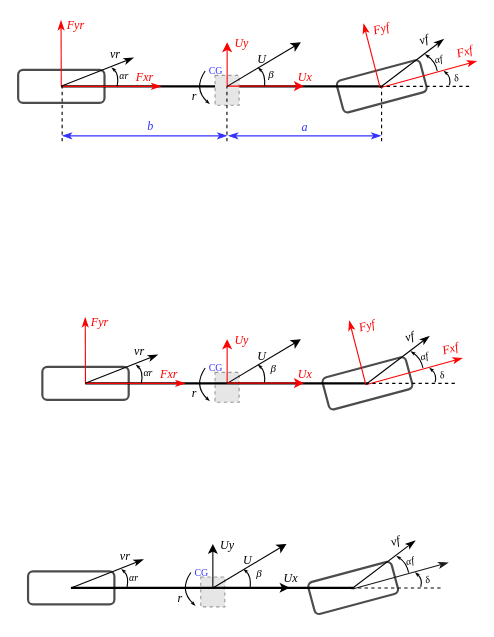
This is page "bicycle model" (3 of 4) of 2022_MPC/Vehicle_Models.drawio from LimingGao/draw_io, a draw.io file, before an edit. Source tidied: cells renumbered, new cells numbered last; positions are measured from the earlier drawing's top-left corner, leaving out a move shared by most shapes. Both pictures are drawn from the tidied source at 110%, with x=0, y=0 at pixel (18, 9). Pictures stored in the file or linked from it are replaced by grey dashed boxes.
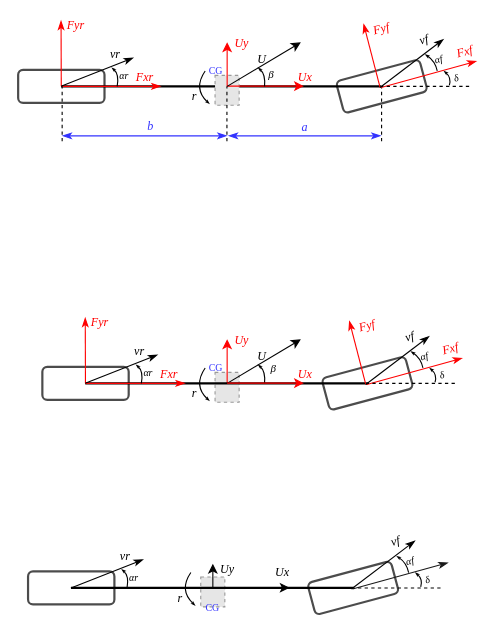
Above is the later version.

Unchanged cells that the change refers to:
```xml
<mxCell id="108" style="endArrow=classic;startArrow=none;startFill=0;strokeColor=#000000;fontStyle=2;fontColor=#000000;" parent="1" edge="1">
  <mxGeometry relative="1" as="geometry">
    <mxPoint x="177" y="525.8" as="sourcePoint" />
    <mxPoint x="246.8" y="525.8" as="targetPoint" />
  </mxGeometry>
</mxCell>
```

Diff of the diagram source:
```diff
@@
     <mxCell id="84" style="endArrow=classic;startArrow=none;startFill=0;strokeColor=#000000;fontStyle=2;fontColor=#000000;" parent="1" edge="1">
       <mxGeometry relative="1" as="geometry">
         <mxPoint x="177" y="526" as="sourcePoint" />
-        <mxPoint x="177" y="486" as="targetPoint" />
+        <mxPoint x="177" y="504" as="targetPoint" />
       </mxGeometry>
     </mxCell>
     <mxCell id="85" value="Uy" style="edgeLabel;align=center;verticalAlign=middle;fontFamily=Times New Roman;fontColor=#000000;fontStyle=2;labelBackgroundColor=none;" parent="84" vertex="1">
       <mxGeometry x="0.65" relative="1" as="geometry">
-        <mxPoint x="13" y="-7" as="offset" />
+        <mxPoint x="13" as="offset" />
       </mxGeometry>
     </mxCell>
-    <mxCell id="86" style="endArrow=classic;startArrow=none;startFill=0;" parent="1" edge="1">
-      <mxGeometry relative="1" as="geometry">
-        <mxPoint x="177" y="526" as="sourcePoint" />
-        <mxPoint x="244" y="486" as="targetPoint" />
-      </mxGeometry>
-    </mxCell>
-    <mxCell id="87" value="Ux" style="edgeLabel;align=center;verticalAlign=middle;fontFamily=Times New Roman;fontColor=#000000;labelBackgroundColor=none;fontStyle=2;" parent="86" vertex="1">
-      <mxGeometry x="0.65" relative="1" as="geometry">
-        <mxPoint x="15.7" y="23.3" as="offset" />
-      </mxGeometry>
-    </mxCell>
@@
-    <mxCell id="102" value="CG" style="text;align=center;verticalAlign=middle;points=[];fillColor=none;strokeColor=none;rounded=0;labelBackgroundColor=none;fontFamily=Times New Roman;fontSize=9;fontColor=#3333FF;" parent="1" vertex="1">
-      <mxGeometry x="152" y="502" width="30" height="20" as="geometry" />
-    </mxCell>
-    <mxCell id="103" style="curved=1;endArrow=classicThin;strokeColor=#000000;fontFamily=Times New Roman;fontColor=#FF0000;endFill=1;endSize=1;" parent="1" edge="1">
-      <mxGeometry relative="1" as="geometry">
-        <mxPoint x="211" y="526" as="sourcePoint" />
-        <mxPoint x="205" y="509" as="targetPoint" />
-        <Array as="points">
-          <mxPoint x="212" y="515" />
-        </Array>
-      </mxGeometry>
-    </mxCell>
-    <mxCell id="104" value="β" style="edgeLabel;align=center;verticalAlign=middle;fontFamily=Times New Roman;fontStyle=2;fontSize=10;labelBackgroundColor=none;" parent="1" vertex="1">
-      <mxGeometry x="219.9" y="514" as="geometry">
-        <mxPoint x="-1" y="-2" as="offset" />
-      </mxGeometry>
-    </mxCell>
-    <mxCell id="105" style="curved=1;endArrow=classicThin;strokeColor=#000000;fontFamily=Times New Roman;fontColor=#FF0000;endFill=1;endSize=1;exitX=0.167;exitY=0.5;exitDx=0;exitDy=0;exitPerimeter=0;" parent="1" edge="1" source="102">
+    <mxCell id="105" style="curved=1;endArrow=classicThin;strokeColor=#000000;fontFamily=Times New Roman;fontColor=#FF0000;endFill=1;endSize=1;exitX=0.167;exitY=0.5;exitDx=0;exitDy=0;exitPerimeter=0;" parent="1" edge="1">
       <mxGeometry relative="1" as="geometry">
+        <mxPoint x="157" y="512" as="sourcePoint" />
         <mxPoint x="161" y="542" as="targetPoint" />
         <Array as="points">
           <mxPoint x="146" y="528" />
         </Array>
       </mxGeometry>
     </mxCell>
@@
-    <mxCell id="109" value="U" style="edgeLabel;align=center;verticalAlign=middle;fontFamily=Times New Roman;fontStyle=2;labelBackgroundColor=none;" parent="108" vertex="1">
-      <mxGeometry x="0.65" relative="1" as="geometry">
-        <mxPoint x="-26.7" y="-25.8" as="offset" />
-      </mxGeometry>
-    </mxCell>
+    <mxCell id="102" value="CG" style="text;align=center;verticalAlign=middle;points=[];fillColor=none;strokeColor=none;rounded=0;labelBackgroundColor=none;fontFamily=Times New Roman;fontSize=9;fontColor=#3333FF;" parent="1" vertex="1">
+      <mxGeometry x="162" y="534" width="30" height="20" as="geometry" />
+    </mxCell>
+    <mxCell id="87" value="Ux" style="edgeLabel;align=center;verticalAlign=middle;fontFamily=Times New Roman;fontColor=#000000;fontStyle=2;labelBackgroundColor=none;" parent="1" vertex="1">
+      <mxGeometry x="208" y="516" as="geometry">
+        <mxPoint x="32" y="-5" as="offset" />
+      </mxGeometry>
+    </mxCell>
```
